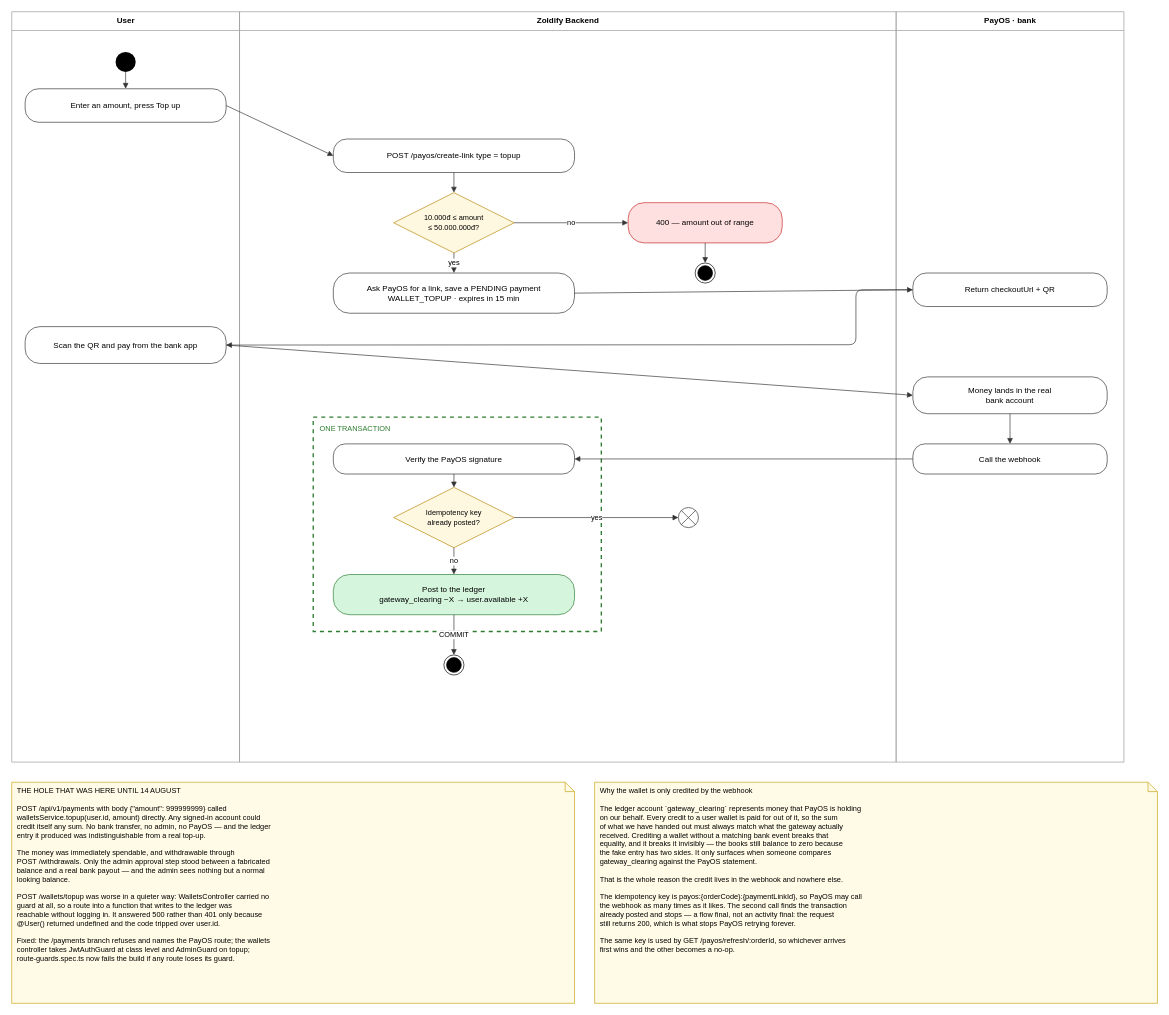
Before: page "Activity Diagram - Top Up the Wallet" (6 of 20) of docs/system-design/drawio/05-use-case-diagram.drawio in tdat-dev/Zoldify_Backend, a draw.io diagram. Source tidied: cells renumbered, new cells numbered last; positions are measured from the earlier drawing's top-left corner, leaving out a move shared by most shapes. Both pictures are drawn from the tidied source at 67%, with x=0, y=0 at pixel (11, 11).
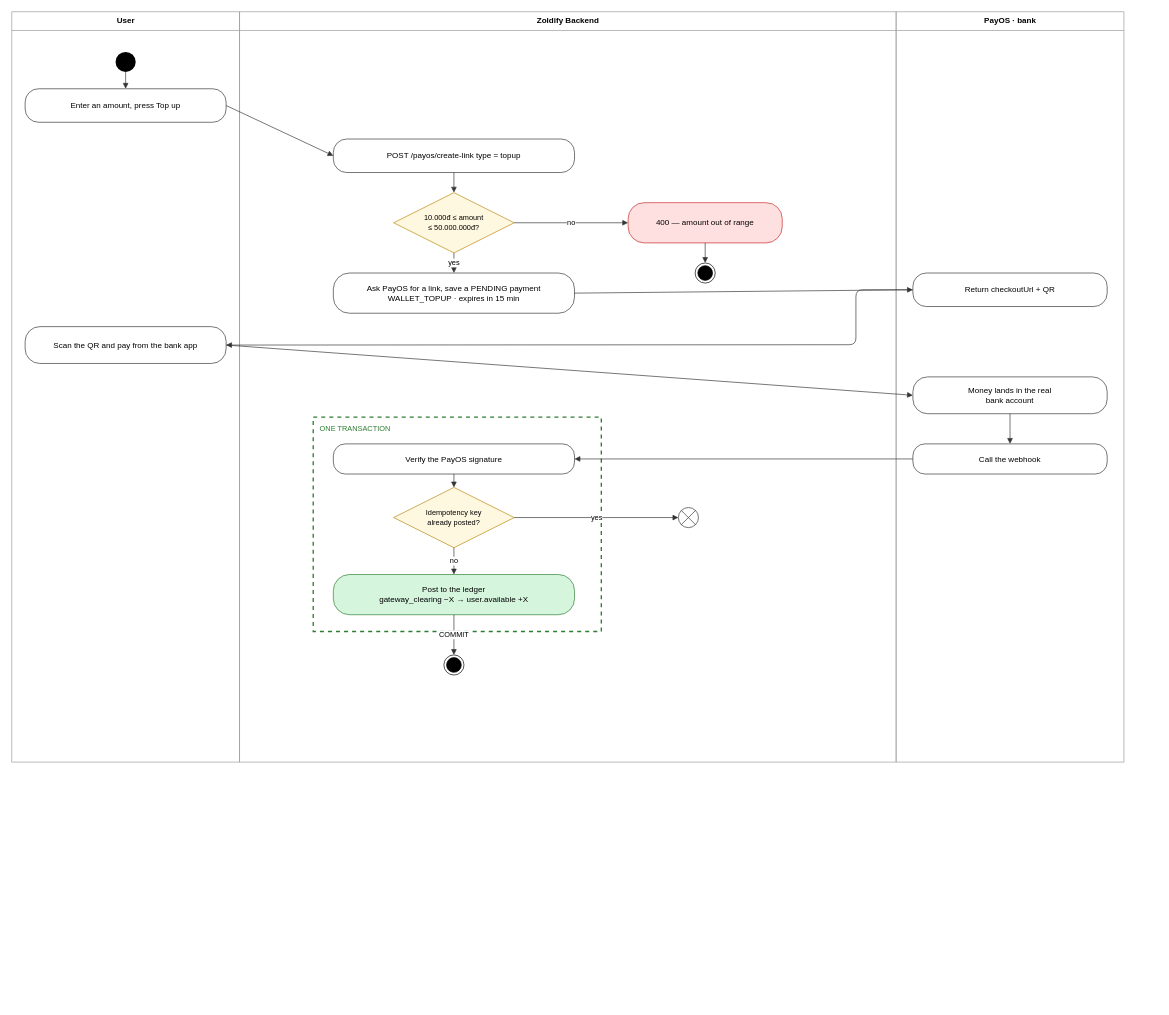
Above is the later version.

Commit message (it also covers changes not shown here):
docs: add system design draw.io sequence, use case, and class diagrams

What changed in the source:
```diff
@@
-    <mxCell id="37" value="THE HOLE THAT WAS HERE UNTIL 14 AUGUST&lt;br&gt;&lt;br&gt;POST /api/v1/payments with body {&quot;amount&quot;: 999999999} called&lt;br&gt;walletsService.topup(user.id, amount) directly. Any signed-in account could&lt;br&gt;credit itself any sum. No bank transfer, no admin, no PayOS — and the ledger&lt;br&gt;entry it produced was indistinguishable from a real top-up.&lt;br&gt;&lt;br&gt;The money was immediately spendable, and withdrawable through&lt;br&gt;POST /withdrawals. Only the admin approval step stood between a fabricated&lt;br&gt;balance and a real bank payout — and the admin sees nothing but a normal&lt;br&gt;looking balance.&lt;br&gt;&lt;br&gt;POST /wallets/topup was worse in a quieter way: WalletsController carried no&lt;br&gt;guard at all, so a route into a function that writes to the ledger was&lt;br&gt;reachable without logging in. It answered 500 rather than 401 only because&lt;br&gt;@User() returned undefined and the code tripped over user.id.&lt;br&gt;&lt;br&gt;Fixed: the /payments branch refuses and names the PayOS route; the wallets&lt;br&gt;controller takes JwtAuthGuard at class level and AdminGuard on topup;&lt;br&gt;route-guards.spec.ts now fails the build if any route loses its guard." style="shape=note;whiteSpace=wrap;html=1;size=14;verticalAlign=top;align=left;spacingLeft=6;fontSize=11;fillColor=#fffbe6;strokeColor=#c8a415;" parent="1" vertex="1">
-      <mxGeometry y="1150" width="840" height="330" as="geometry" />
-    </mxCell>
-    <mxCell id="38" value="Why the wallet is only credited by the webhook&lt;br&gt;&lt;br&gt;The ledger account `gateway_clearing` represents money that PayOS is holding&lt;br&gt;on our behalf. Every credit to a user wallet is paid for out of it, so the sum&lt;br&gt;of what we have handed out must always match what the gateway actually&lt;br&gt;received. Crediting a wallet without a matching bank event breaks that&lt;br&gt;equality, and it breaks it invisibly — the books still balance to zero because&lt;br&gt;the fake entry has two sides. It only surfaces when someone compares&lt;br&gt;gateway_clearing against the PayOS statement.&lt;br&gt;&lt;br&gt;That is the whole reason the credit lives in the webhook and nowhere else.&lt;br&gt;&lt;br&gt;The idempotency key is payos:{orderCode}:{paymentLinkId}, so PayOS may call&lt;br&gt;the webhook as many times as it likes. The second call finds the transaction&lt;br&gt;already posted and stops — a flow final, not an activity final: the request&lt;br&gt;still returns 200, which is what stops PayOS retrying forever.&lt;br&gt;&lt;br&gt;The same key is used by GET /payos/refresh/:orderId, so whichever arrives&lt;br&gt;first wins and the other becomes a no-op." style="shape=note;whiteSpace=wrap;html=1;size=14;verticalAlign=top;align=left;spacingLeft=6;fontSize=11;fillColor=#fffbe6;strokeColor=#c8a415;" parent="1" vertex="1">
-      <mxGeometry x="870" y="1150" width="840" height="330" as="geometry" />
-    </mxCell>
```
